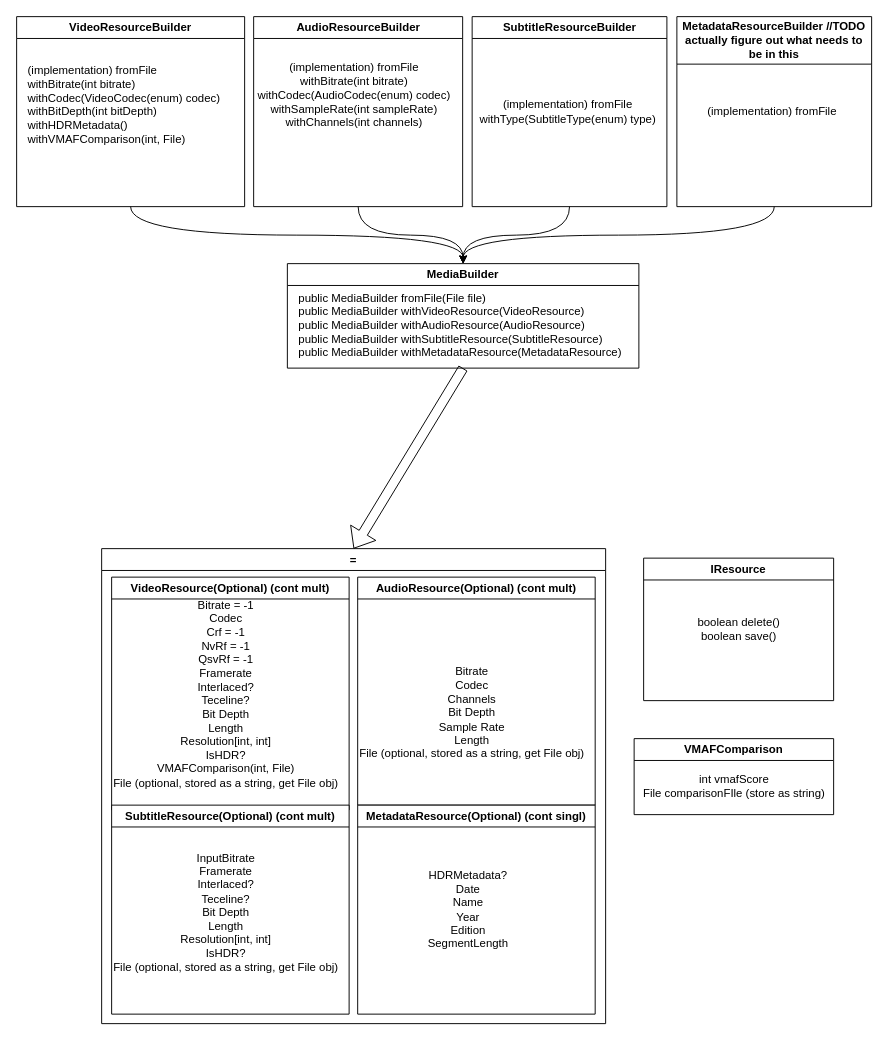
This is docs/JPA_Object_Refactor.drawio from RandomPerson495721/jellyfin-library-manager, a draw.io file, before an edit. Source tidied: cells renumbered, new cells numbered last; positions are measured from the earlier drawing's top-left corner, leaving out a move shared by most shapes. Both pictures are drawn from the tidied source at 95%, with x=0, y=0 at pixel (16, 16).
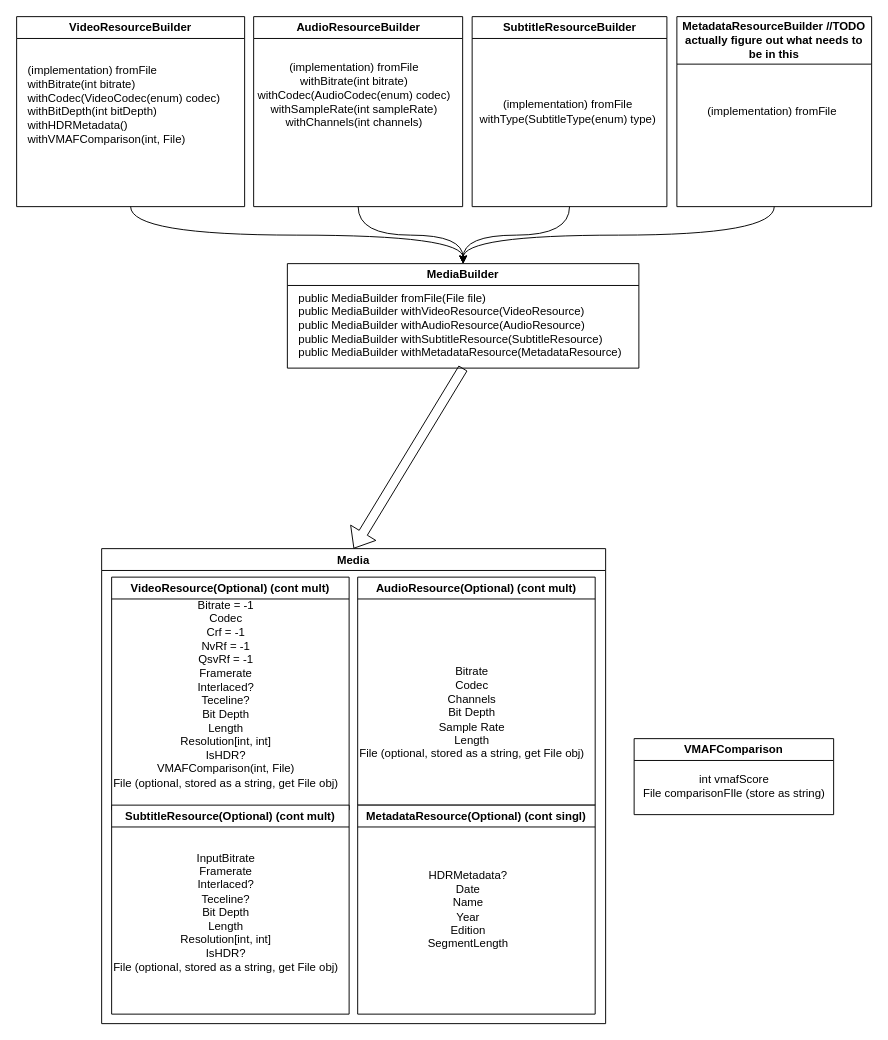
The same diagram, later.

Diff of the diagram source:
```diff
@@
-    <mxCell id="2" value="=" style="swimlane;perimeterSpacing=0;rounded=0;" parent="1" vertex="1">
+    <mxCell id="2" value="Media" style="swimlane;perimeterSpacing=0;rounded=0;" parent="1" vertex="1">
       <mxGeometry x="89.5" y="560" width="530.5" height="500" as="geometry" />
     </mxCell>
@@
-    <mxCell id="26" value="IResource" style="swimlane;whiteSpace=wrap;html=1;" parent="1" vertex="1">
-      <mxGeometry x="660" y="570" width="200" height="150" as="geometry" />
-    </mxCell>
-    <mxCell id="27" value="&lt;div&gt;boolean delete()&lt;/div&gt;&lt;div&gt;boolean save()&lt;br&gt;&lt;/div&gt;" style="text;html=1;align=center;verticalAlign=middle;strokeColor=none;fillColor=none;" parent="26" vertex="1">
-      <mxGeometry x="45" y="55" width="110" height="40" as="geometry" />
-    </mxCell>
```
